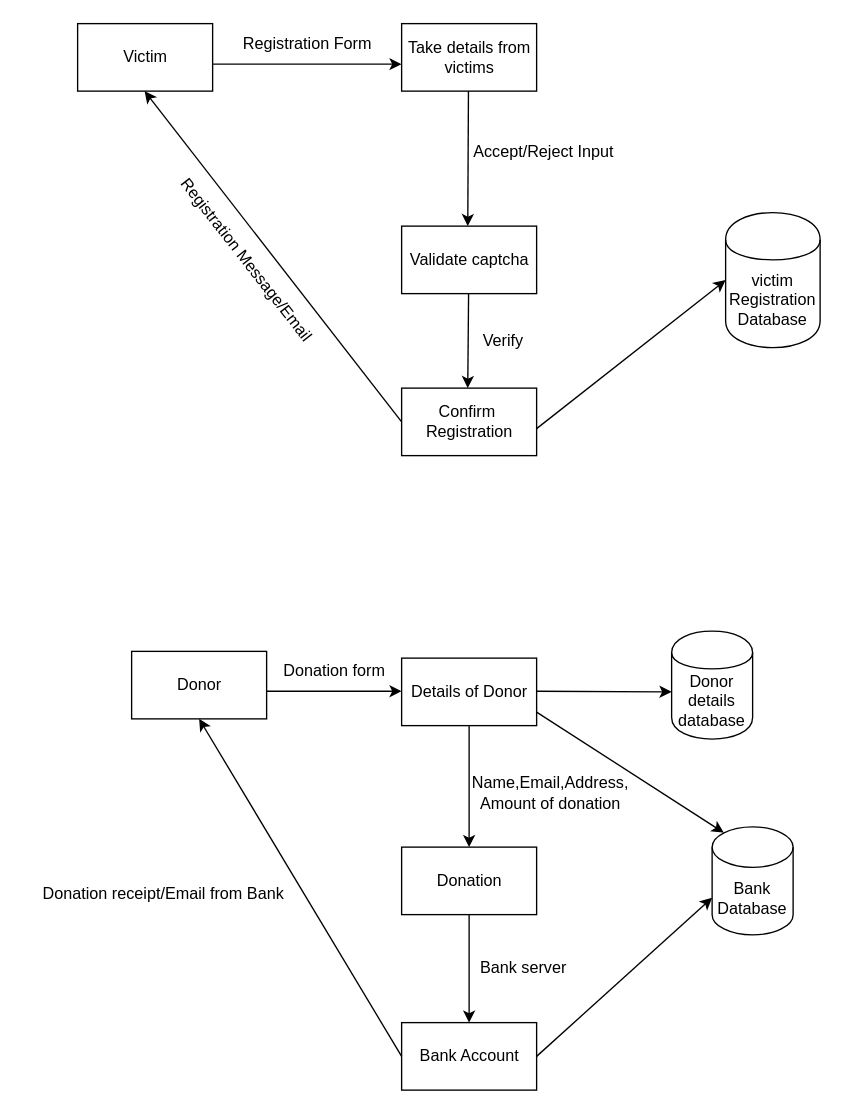
Earlier version of the draw.io diagram Untitled Diagram.drawio (ShubhamJejurkar98/Repository1). Source tidied: cells renumbered, new cells numbered last; positions are measured from the earlier drawing's top-left corner, leaving out a move shared by most shapes. Both pictures are drawn from the tidied source at 135%, with x=0, y=0 at pixel (23, 23).
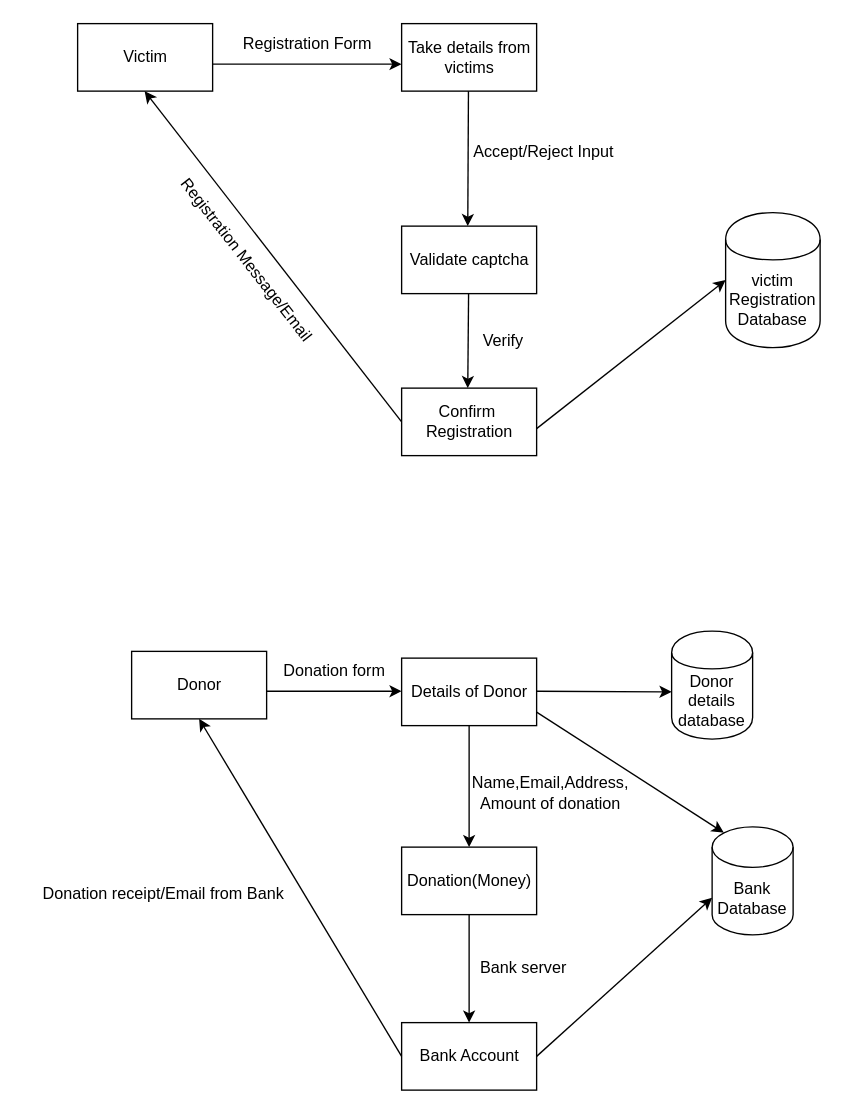
The same diagram, later.

Change to the diagram source:
```diff
@@
-    <mxCell id="16" value="Donation" style="html=1;dashed=0;whitespace=wrap;" parent="1" vertex="1">
+    <mxCell id="16" value="Donation(Money)" style="html=1;dashed=0;whitespace=wrap;" parent="1" vertex="1">
       <mxGeometry x="280" y="610" width="100" height="50" as="geometry" />
     </mxCell>
```
